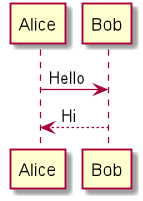
Before: docs/diagrams/SampleSequenceDiagram.png, a diagram exported from PlantUML (nusCS2113-AY1920S1/PersonalAssistant-Duke).
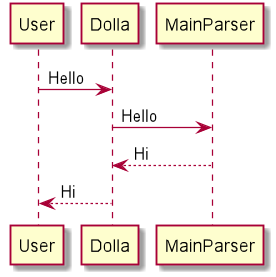
The same diagram one commit later.

Commit message:
added LimitUi.java to handle all limit related user interactions

Diff of the diagram source:
```diff
@@ -1,5 +1,8 @@
 @startuml
-Alice -> Bob: Hello
-Bob --> Alice: Hi
+
+User -> Dolla: Hello
+Dolla -> MainParser: Hello
+MainParser --> Dolla: Hi
+Dolla --> User: Hi
 
 @enduml
```
